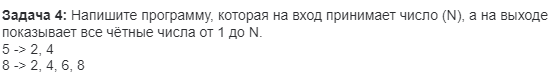
LiudmilaKozenkova/CSharp_Homework_Seminar1 keeps this draw.io diagram as Task_4/diagram.drawio.png. Above is the earlier version. Source tidied: cells renumbered, new cells last; positions are measured from the earlier drawing's top-left corner, leaving out a move shared by most shapes.
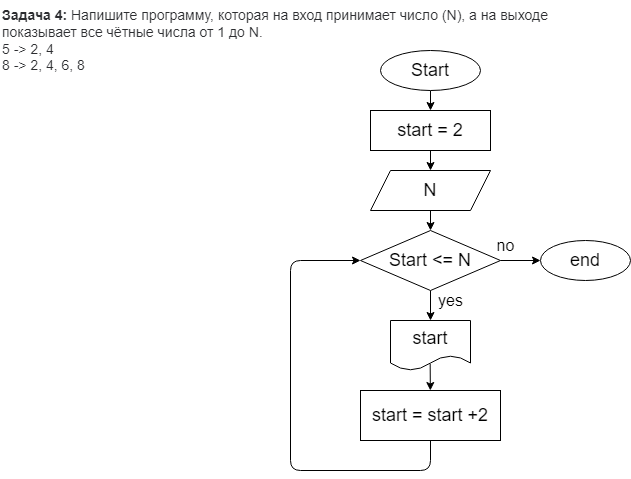
Above is the later version.

Diff of the diagram source:
```diff
@@ -5,5 +5,60 @@
     <mxCell id="2" value="&lt;p style=&quot;box-sizing: border-box; margin: 0px; font-weight: 400; color: rgb(44, 45, 48); font-family: roboto, &amp;quot;san francisco&amp;quot;, &amp;quot;helvetica neue&amp;quot;, helvetica, arial; font-size: 14px; font-style: normal; letter-spacing: normal; text-indent: 0px; text-transform: none; word-spacing: 0px; background-color: rgb(255, 255, 255);&quot;&gt;&lt;strong style=&quot;box-sizing: border-box ; font-weight: 700&quot;&gt;Задача 4:&lt;/strong&gt;&lt;span&gt;&amp;nbsp;&lt;/span&gt;Напишите программу, которая на вход принимает число (N), а на выходе показывает все чётные числа от 1 до N.&lt;/p&gt;&lt;p style=&quot;box-sizing: border-box; margin: 0px; font-weight: 400; color: rgb(44, 45, 48); font-family: roboto, &amp;quot;san francisco&amp;quot;, &amp;quot;helvetica neue&amp;quot;, helvetica, arial; font-size: 14px; font-style: normal; letter-spacing: normal; text-indent: 0px; text-transform: none; word-spacing: 0px; background-color: rgb(255, 255, 255);&quot;&gt;5 -&amp;gt; 2, 4&lt;br style=&quot;box-sizing: border-box&quot;&gt;8 -&amp;gt; 2, 4, 6, 8&lt;/p&gt;" style="text;whiteSpace=wrap;html=1;" parent="1" vertex="1">
       <mxGeometry width="550" height="70" as="geometry" />
     </mxCell>
+    <mxCell id="3" style="edgeStyle=none;html=1;fontSize=18;" parent="1" edge="1" source="4" target="11">
+      <mxGeometry relative="1" as="geometry" />
+    </mxCell>
+    <mxCell id="4" value="&lt;font style=&quot;font-size: 18px&quot;&gt;Start&lt;/font&gt;" style="ellipse;whiteSpace=wrap;html=1;" parent="1" vertex="1">
+      <mxGeometry x="380" y="50" width="100" height="40" as="geometry" />
+    </mxCell>
+    <mxCell id="5" style="edgeStyle=none;html=1;fontSize=18;" parent="1" edge="1" source="6" target="9">
+      <mxGeometry relative="1" as="geometry" />
+    </mxCell>
+    <mxCell id="6" value="&lt;font style=&quot;font-size: 18px&quot;&gt;N&lt;/font&gt;" style="shape=parallelogram;perimeter=parallelogramPerimeter;whiteSpace=wrap;html=1;fixedSize=1;" parent="1" vertex="1">
+      <mxGeometry x="370" y="170" width="120" height="40" as="geometry" />
+    </mxCell>
+    <mxCell id="7" style="edgeStyle=none;html=1;fontSize=18;" parent="1" edge="1" source="9" target="13">
+      <mxGeometry relative="1" as="geometry" />
+    </mxCell>
+    <mxCell id="8" style="edgeStyle=none;html=1;fontSize=16;" parent="1" edge="1" source="9" target="15">
+      <mxGeometry relative="1" as="geometry" />
+    </mxCell>
+    <mxCell id="9" value="&lt;font style=&quot;font-size: 18px&quot;&gt;Start &amp;lt;= N&lt;/font&gt;" style="rhombus;whiteSpace=wrap;html=1;" parent="1" vertex="1">
+      <mxGeometry x="360" y="230" width="140" height="60" as="geometry" />
+    </mxCell>
+    <mxCell id="10" style="edgeStyle=none;html=1;fontSize=18;" parent="1" edge="1" source="11" target="6">
+      <mxGeometry relative="1" as="geometry" />
+    </mxCell>
+    <mxCell id="11" value="&lt;font style=&quot;font-size: 18px&quot;&gt;start = 2&lt;/font&gt;" style="whiteSpace=wrap;html=1;" parent="1" vertex="1">
+      <mxGeometry x="370" y="110" width="120" height="40" as="geometry" />
+    </mxCell>
+    <mxCell id="12" style="edgeStyle=none;html=1;fontSize=16;exitX=0.496;exitY=0.862;exitDx=0;exitDy=0;exitPerimeter=0;" parent="1" edge="1" source="13" target="18">
+      <mxGeometry relative="1" as="geometry" />
+    </mxCell>
+    <mxCell id="13" value="&lt;font style=&quot;font-size: 18px&quot;&gt;start&lt;/font&gt;" style="shape=document;whiteSpace=wrap;html=1;boundedLbl=1;" parent="1" vertex="1">
+      <mxGeometry x="390" y="320" width="80" height="50" as="geometry" />
+    </mxCell>
+    <mxCell id="14" value="&lt;font style=&quot;font-size: 16px&quot;&gt;yes&lt;/font&gt;" style="text;html=1;align=center;verticalAlign=middle;strokeColor=none;fillColor=none;fontSize=18;" parent="1" vertex="1">
+      <mxGeometry x="430" y="285" width="40" height="30" as="geometry" />
+    </mxCell>
+    <mxCell id="15" value="&lt;font style=&quot;font-size: 18px&quot;&gt;end&lt;/font&gt;" style="ellipse;whiteSpace=wrap;html=1;" parent="1" vertex="1">
+      <mxGeometry x="540" y="240" width="90" height="40" as="geometry" />
+    </mxCell>
+    <mxCell id="16" value="&lt;font style=&quot;font-size: 16px&quot;&gt;no&lt;/font&gt;" style="text;html=1;align=center;verticalAlign=middle;strokeColor=none;fillColor=none;fontSize=18;" parent="1" vertex="1">
+      <mxGeometry x="490" y="230" width="30" height="30" as="geometry" />
+    </mxCell>
+    <mxCell id="17" style="edgeStyle=none;html=1;fontSize=18;exitX=0.5;exitY=1;exitDx=0;exitDy=0;" parent="1" edge="1" source="18">
+      <mxGeometry relative="1" as="geometry">
+        <mxPoint x="360" y="260" as="targetPoint" />
+        <Array as="points">
+          <mxPoint x="430" y="470" />
+          <mxPoint x="290" y="470" />
+          <mxPoint x="290" y="260" />
+        </Array>
+      </mxGeometry>
+    </mxCell>
+    <mxCell id="18" value="&lt;font style=&quot;font-size: 18px&quot;&gt;start = start +2&lt;/font&gt;" style="whiteSpace=wrap;html=1;" parent="1" vertex="1">
+      <mxGeometry x="360" y="390" width="140" height="50" as="geometry" />
+    </mxCell>
   </root>
 </mxGraphModel>
```
